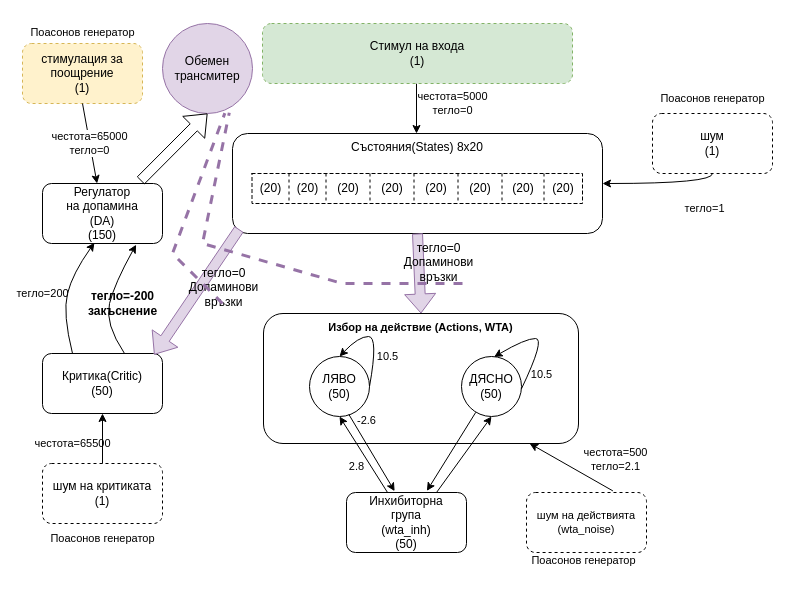
Earlier version of the draw.io diagram doc/variant2_snn_architecture_bg.drawio (borkox/uni-sofia-masters-project). Source tidied: cells renumbered, new cells numbered last; positions are measured from the earlier drawing's top-left corner, leaving out a move shared by most shapes. Both pictures are drawn from the tidied source at 100%, with x=0, y=0 at pixel (17, 17).
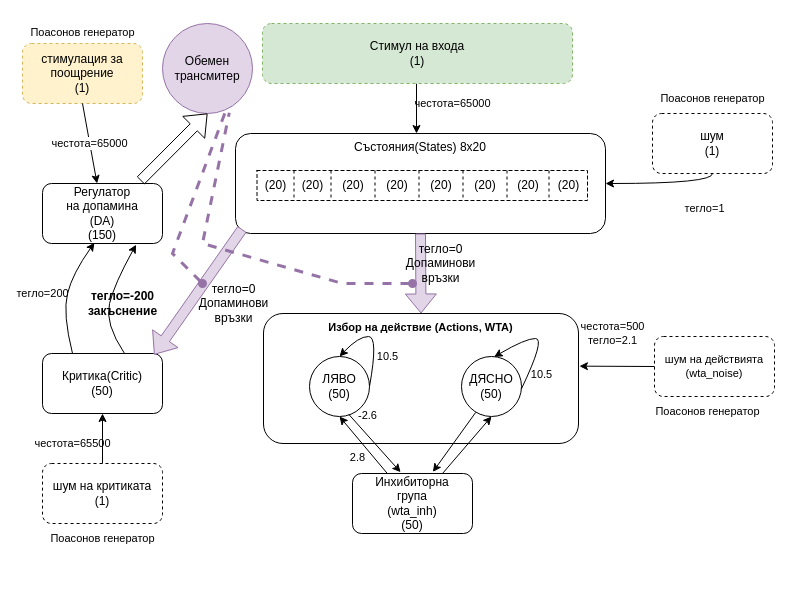
Above is the later version.

Unchanged cells that the change refers to:
```xml
<mxCell id="4" style="shape=tableRow;horizontal=0;startSize=0;swimlaneHead=0;swimlaneBody=0;top=0;left=0;bottom=0;right=0;fillColor=none;" parent="3" vertex="1">
  <mxGeometry width="330.5" height="30" as="geometry" />
</mxCell>
<mxCell id="16" value="стимулация за поощрение&lt;br&gt;(1)" style="rounded=1;whiteSpace=wrap;html=1;dashed=1;fillColor=#fff2cc;strokeColor=#d6b656;" parent="1" vertex="1">
  <mxGeometry x="5" y="26" width="120" height="60" as="geometry" />
</mxCell>
<mxCell id="17" value="Регулатор&lt;br&gt;на допамина&lt;br&gt;(DA)&lt;br&gt;(150)" style="rounded=1;whiteSpace=wrap;html=1;" parent="1" vertex="1">
  <mxGeometry x="25" y="166" width="120" height="60" as="geometry" />
</mxCell>
<mxCell id="18" value="Обемен трансмитер" style="ellipse;whiteSpace=wrap;html=1;fillColor=#e1d5e7;strokeColor=#9673a6;" parent="1" vertex="1">
  <mxGeometry x="145" y="6" width="90" height="90" as="geometry" />
</mxCell>
<mxCell id="19" value="Критика(Critic)&lt;br&gt;(50)" style="rounded=1;whiteSpace=wrap;html=1;" parent="1" vertex="1">
  <mxGeometry x="25" y="336" width="120" height="60" as="geometry" />
</mxCell>
<mxCell id="21" value="&lt;font size=&quot;1&quot; style=&quot;&quot;&gt;&lt;b style=&quot;font-size: 11px;&quot;&gt;Избор на действие (Actions, WTA)&lt;/b&gt;&lt;/font&gt;" style="rounded=1;whiteSpace=wrap;html=1;verticalAlign=top;" parent="1" vertex="1">
  <mxGeometry x="246" y="296" width="315" height="130" as="geometry" />
</mxCell>
```

The edit, as a diff of the source:
```diff
@@
     <mxCell id="2" value="Състояния(States) 8х20" style="rounded=1;whiteSpace=wrap;html=1;verticalAlign=top;" parent="1" vertex="1">
-      <mxGeometry x="215" y="116" width="370" height="100" as="geometry" />
+      <mxGeometry x="218" y="116" width="370" height="100" as="geometry" />
     </mxCell>
     <mxCell id="3" style="shape=table;html=1;whiteSpace=wrap;startSize=0;childLayout=tableLayout;swimlaneLine=1;dashed=1;" parent="1" vertex="1">
-      <mxGeometry x="234.5" y="156" width="330.5" height="30" as="geometry" />
+      <mxGeometry x="239.5" y="153" width="330.5" height="30" as="geometry" />
     </mxCell>
@@
     <mxCell id="12" value="(20)" style="shape=partialRectangle;html=1;whiteSpace=wrap;fillColor=none;top=0;left=0;bottom=0;right=0;overflow=hidden;" parent="4" vertex="1">
-      <mxGeometry x="292" width="38" height="30" as="geometry" />
+      <mxGeometry x="292" width="39" height="30" as="geometry" />
     </mxCell>
@@
-    <mxCell id="14" value="&lt;span style=&quot;color: rgb(0, 0, 0); font-family: Helvetica; font-size: 11px; font-style: normal; font-variant-ligatures: normal; font-variant-caps: normal; font-weight: 400; letter-spacing: normal; orphans: 2; text-align: center; text-indent: 0px; text-transform: none; widows: 2; word-spacing: 0px; -webkit-text-stroke-width: 0px; text-decoration-thickness: initial; text-decoration-style: initial; text-decoration-color: initial; float: none; display: inline !important;&quot;&gt;честота=5000&lt;/span&gt;&lt;br style=&quot;color: rgb(0, 0, 0); font-family: Helvetica; font-size: 11px; font-style: normal; font-variant-ligatures: normal; font-variant-caps: normal; font-weight: 400; letter-spacing: normal; orphans: 2; text-align: center; text-indent: 0px; text-transform: none; widows: 2; word-spacing: 0px; -webkit-text-stroke-width: 0px; text-decoration-thickness: initial; text-decoration-style: initial; text-decoration-color: initial;&quot;&gt;&lt;span style=&quot;color: rgb(0, 0, 0); font-family: Helvetica; font-size: 11px; font-style: normal; font-variant-ligatures: normal; font-variant-caps: normal; font-weight: 400; letter-spacing: normal; orphans: 2; text-align: center; text-indent: 0px; text-transform: none; widows: 2; word-spacing: 0px; -webkit-text-stroke-width: 0px; text-decoration-thickness: initial; text-decoration-style: initial; text-decoration-color: initial; float: none; display: inline !important;&quot;&gt;тегло=0&lt;/span&gt;" style="rounded=1;orthogonalLoop=1;jettySize=auto;html=1;entryX=0.5;entryY=0;entryDx=0;entryDy=0;labelBackgroundColor=none;" parent="1" edge="1">
+    <mxCell id="14" value="&lt;span style=&quot;color: rgb(0, 0, 0); font-family: Helvetica; font-size: 11px; font-style: normal; font-variant-ligatures: normal; font-variant-caps: normal; font-weight: 400; letter-spacing: normal; orphans: 2; text-align: center; text-indent: 0px; text-transform: none; widows: 2; word-spacing: 0px; -webkit-text-stroke-width: 0px; text-decoration-thickness: initial; text-decoration-style: initial; text-decoration-color: initial; float: none; display: inline !important;&quot;&gt;честота=65000&lt;/span&gt;" style="rounded=1;orthogonalLoop=1;jettySize=auto;html=1;entryX=0.5;entryY=0;entryDx=0;entryDy=0;labelBackgroundColor=none;" parent="1" edge="1">
       <mxGeometry x="-0.2" y="36" relative="1" as="geometry">
         <mxPoint x="399" y="66" as="sourcePoint" />
         <mxPoint x="399" y="116" as="targetPoint" />
       </mxGeometry>
     </mxCell>
@@
     <mxCell id="28" value="Инхибиторна &lt;br&gt;група&lt;br&gt;(wta_inh)&lt;br&gt;(50)" style="rounded=1;whiteSpace=wrap;html=1;" parent="1" vertex="1">
-      <mxGeometry x="329" y="475" width="120" height="60" as="geometry" />
+      <mxGeometry x="335" y="456" width="120" height="60" as="geometry" />
     </mxCell>
@@
-    <mxCell id="36" value="честота=65000&lt;br&gt;тегло=0" style="endArrow=classic;html=1;rounded=0;exitX=0.5;exitY=1;exitDx=0;exitDy=0;" parent="1" edge="1" source="16" target="17">
+    <mxCell id="36" value="честота=65000" style="endArrow=classic;html=1;rounded=0;exitX=0.5;exitY=1;exitDx=0;exitDy=0;" parent="1" edge="1" source="16" target="17">
       <mxGeometry relative="1" as="geometry" />
     </mxCell>
@@
     <mxCell id="40" value="тегло=0&lt;br&gt;Допаминови&lt;br&gt;връзки" style="shape=flexArrow;endArrow=classic;html=1;rounded=0;fontSize=12;fillColor=#e1d5e7;strokeColor=#9673a6;exitX=0.018;exitY=0.956;exitDx=0;exitDy=0;exitPerimeter=0;labelBackgroundColor=none;entryX=0.93;entryY=0.02;entryDx=0;entryDy=0;entryPerimeter=0;" parent="1" edge="1" source="2" target="19">
-      <mxGeometry x="-0.25" y="20" relative="1" as="geometry" />
+      <mxGeometry x="-0.14" y="36" relative="1" as="geometry" />
     </mxCell>
     <mxCell id="41" value="шум на действията&lt;br&gt;(wta_noise)" style="rounded=1;whiteSpace=wrap;html=1;fontSize=11;dashed=1;" parent="1" vertex="1">
-      <mxGeometry x="509" y="475" width="120" height="60" as="geometry" />
+      <mxGeometry x="637" y="319" width="120" height="60" as="geometry" />
     </mxCell>
-    <mxCell id="42" value="честота=500&lt;br&gt;тегло=2.1" style="endArrow=classic;html=1;rounded=0;fontSize=11;exitX=0.687;exitY=-0.043;exitDx=0;exitDy=0;entryX=0.845;entryY=1;entryDx=0;entryDy=0;entryPerimeter=0;exitPerimeter=0;labelBackgroundColor=none;" parent="1" edge="1" target="21">
-      <mxGeometry x="-0.72" y="-29" relative="1" as="geometry">
-        <mxPoint x="595.4" y="473.4" as="sourcePoint" />
-      </mxGeometry>
+    <mxCell id="42" value="честота=500&lt;br&gt;тегло=2.1" style="endArrow=classic;html=1;rounded=0;fontSize=11;exitX=0;exitY=0.5;exitDx=0;exitDy=0;entryX=1.003;entryY=0.405;entryDx=0;entryDy=0;entryPerimeter=0;labelBackgroundColor=none;" parent="1" edge="1" source="41" target="21">
+      <mxGeometry x="0.12" y="-33" relative="1" as="geometry" />
     </mxCell>
@@
     <mxCell id="47" value="Поасонов генератор" style="text;html=1;align=center;verticalAlign=middle;strokeColor=none;fillColor=none;fontSize=11;" parent="1" vertex="1">
-      <mxGeometry x="501" y="528" width="130" height="30" as="geometry" />
+      <mxGeometry x="625" y="379" width="130" height="30" as="geometry" />
     </mxCell>
-    <mxCell id="48" style="endArrow=none;dashed=1;html=1;rounded=0;fillColor=#e1d5e7;strokeColor=#9673a6;entryX=0.693;entryY=0.996;entryDx=0;entryDy=0;entryPerimeter=0;strokeWidth=3;" parent="1" edge="1" target="18">
+    <mxCell id="48" style="endArrow=none;dashed=1;html=1;rounded=0;fillColor=#e1d5e7;strokeColor=#9673a6;entryX=0.693;entryY=0.996;entryDx=0;entryDy=0;entryPerimeter=0;strokeWidth=3;startArrow=oval;startFill=1;" parent="1" edge="1" target="18">
       <mxGeometry relative="1" as="geometry">
-        <mxPoint x="205" y="286" as="sourcePoint" />
+        <mxPoint x="185" y="266" as="sourcePoint" />
         <Array as="points">
           <mxPoint x="155" y="236" />
         </Array>
       </mxGeometry>
     </mxCell>
-    <mxCell id="49" style="endArrow=none;dashed=1;html=1;rounded=0;fillColor=#e1d5e7;strokeColor=#9673a6;entryX=0.742;entryY=0.991;entryDx=0;entryDy=0;entryPerimeter=0;strokeWidth=3;" parent="1" edge="1" target="18">
+    <mxCell id="49" style="endArrow=none;dashed=1;html=1;rounded=0;fillColor=#e1d5e7;strokeColor=#9673a6;entryX=0.742;entryY=0.991;entryDx=0;entryDy=0;entryPerimeter=0;strokeWidth=3;startArrow=oval;startFill=1;" parent="1" edge="1" target="18">
       <mxGeometry relative="1" as="geometry">
-        <mxPoint x="445" y="266" as="sourcePoint" />
+        <mxPoint x="395" y="266" as="sourcePoint" />
         <Array as="points">
           <mxPoint x="325" y="266" />
           <mxPoint x="185" y="226" />
         </Array>
       </mxGeometry>
     </mxCell>
```
